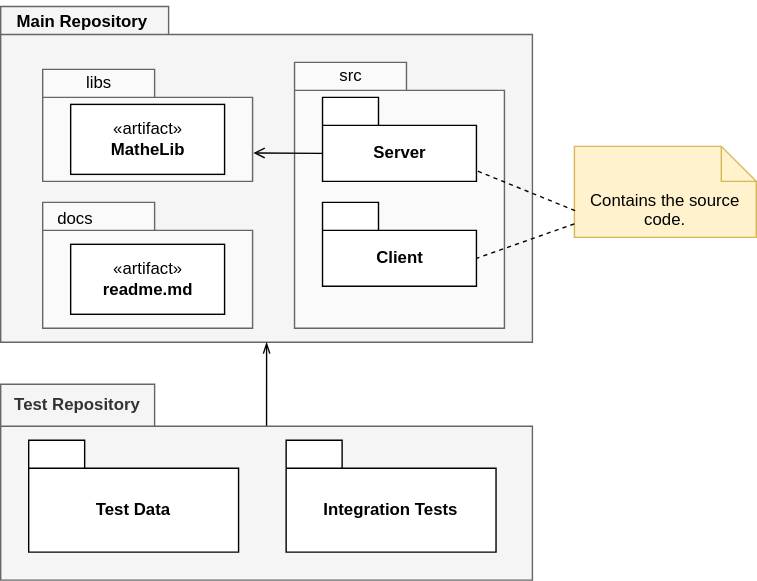
Before: images/Paketdiagramm-Beispiel.svg, a diagram exported from draw.io (HerrLoesch/UMLite). Source tidied: cells renumbered, new cells last; positions are measured from the earlier drawing's top-left corner, leaving out a move shared by most shapes. Its diagram source:
```xml
<mxGraphModel>
  <root>
    <mxCell id="0" />
    <mxCell id="1" parent="0" />
    <mxCell id="2" style="shape=folder;fontStyle=1;tabWidth=120;tabHeight=20;tabPosition=left;html=1;boundedLbl=1;fillColor=#f5f5f5;fontColor=#333333;strokeColor=#666666;" parent="1" vertex="1">
      <mxGeometry y="4" width="380" height="240" as="geometry" />
    </mxCell>
    <mxCell id="3" style="shape=folder;fontStyle=1;tabWidth=80;tabHeight=20;tabPosition=left;html=1;boundedLbl=1;fillColor=#FAFAFA;fontColor=#333333;strokeColor=#666666;" parent="1" vertex="1">
      <mxGeometry x="30" y="49" width="150" height="80" as="geometry" />
    </mxCell>
    <mxCell id="4" style="shape=folder;fontStyle=1;tabWidth=80;tabHeight=20;tabPosition=left;html=1;boundedLbl=1;fillColor=#FAFAFA;fontColor=#333333;strokeColor=#666666;" parent="1" vertex="1">
      <mxGeometry x="210" y="44" width="150" height="190" as="geometry" />
    </mxCell>
    <mxCell id="5" value="Main Repository" style="text;html=1;align=center;verticalAlign=middle;strokeColor=none;fillColor=none;fontStyle=1;" parent="1" vertex="1">
      <mxGeometry x="3" width="110" height="30" as="geometry" />
    </mxCell>
    <mxCell id="6" value="libs" style="text;html=1;align=center;verticalAlign=middle;strokeColor=none;fillColor=none;" parent="1" vertex="1">
      <mxGeometry x="50" y="44" width="40" height="30" as="geometry" />
    </mxCell>
    <mxCell id="7" value="src" style="text;html=1;align=center;verticalAlign=middle;strokeColor=none;fillColor=none;" parent="1" vertex="1">
      <mxGeometry x="230" y="39" width="40" height="30" as="geometry" />
    </mxCell>
    <mxCell id="8" value="«artifact»&lt;br&gt;&lt;b&gt;MatheLib&lt;/b&gt;" style="html=1;" parent="1" vertex="1">
      <mxGeometry x="50" y="74" width="110" height="50" as="geometry" />
    </mxCell>
    <mxCell id="9" style="shape=folder;fontStyle=1;tabWidth=80;tabHeight=20;tabPosition=left;html=1;boundedLbl=1;fillColor=#FAFAFA;fontColor=#333333;strokeColor=#666666;" parent="1" vertex="1">
      <mxGeometry x="30" y="144" width="150" height="90" as="geometry" />
    </mxCell>
    <mxCell id="10" value="docs" style="text;html=1;align=center;verticalAlign=middle;strokeColor=none;fillColor=none;" parent="1" vertex="1">
      <mxGeometry x="28" y="141" width="50" height="30" as="geometry" />
    </mxCell>
    <mxCell id="11" value="«artifact»&lt;br&gt;&lt;b&gt;readme.md&lt;/b&gt;" style="html=1;" parent="1" vertex="1">
      <mxGeometry x="50" y="174" width="110" height="50" as="geometry" />
    </mxCell>
    <mxCell id="12" value="Client" style="shape=folder;fontStyle=1;tabWidth=40;tabHeight=20;tabPosition=left;html=1;boundedLbl=1;" parent="1" vertex="1">
      <mxGeometry x="230" y="144" width="110" height="60" as="geometry" />
    </mxCell>
    <mxCell id="13" value="Server" style="shape=folder;fontStyle=1;tabWidth=40;tabHeight=20;tabPosition=left;html=1;boundedLbl=1;" parent="1" vertex="1">
      <mxGeometry x="230" y="69" width="110" height="60" as="geometry" />
    </mxCell>
    <mxCell id="14" style="edgeStyle=none;html=1;endArrow=open;endFill=0;exitX=0;exitY=0;exitDx=0;exitDy=40;exitPerimeter=0;entryX=1.004;entryY=0.746;entryDx=0;entryDy=0;entryPerimeter=0;" parent="1" edge="1" source="13" target="3">
      <mxGeometry relative="1" as="geometry" />
    </mxCell>
    <mxCell id="15" value="Contains the source code." style="shape=note2;boundedLbl=1;whiteSpace=wrap;html=1;size=25;verticalAlign=top;align=center;fillColor=#fff2cc;strokeColor=#d6b656;" parent="1" vertex="1">
      <mxGeometry x="410" y="104" width="130" height="65" as="geometry" />
    </mxCell>
    <mxCell id="16" style="rounded=0;jettySize=auto;html=1;entryX=0;entryY=0;entryDx=110;entryDy=40;entryPerimeter=0;dashed=1;endArrow=none;startFill=0;" parent="1" edge="1" source="15" target="12">
      <mxGeometry relative="1" as="geometry" />
    </mxCell>
    <mxCell id="17" style="rounded=0;jettySize=auto;html=1;dashed=1;endArrow=none;startFill=0;exitX=0.004;exitY=0.707;exitDx=0;exitDy=0;exitPerimeter=0;" parent="1" edge="1" source="15" target="13">
      <mxGeometry relative="1" as="geometry" />
    </mxCell>
    <mxCell id="18" style="edgeStyle=orthogonalEdgeStyle;rounded=0;jettySize=auto;html=1;exitX=0.5;exitY=0.214;exitDx=0;exitDy=0;exitPerimeter=0;endArrow=openThin;endFill=0;" parent="1" edge="1" source="19" target="2">
      <mxGeometry relative="1" as="geometry" />
    </mxCell>
    <mxCell id="19" value="Test Repository" style="shape=folder;fontStyle=1;tabWidth=110;tabHeight=30;tabPosition=left;html=1;boundedLbl=1;labelInHeader=1;whiteSpace=wrap;fillColor=#f5f5f5;fontColor=#333333;strokeColor=#666666;" parent="1" vertex="1">
      <mxGeometry y="274" width="380" height="140" as="geometry" />
    </mxCell>
    <mxCell id="20" style="html=1;strokeColor=none;fillColor=none;whiteSpace=wrap;" parent="19" vertex="1">
      <mxGeometry width="380" height="98" relative="1" as="geometry">
        <mxPoint y="30" as="offset" />
      </mxGeometry>
    </mxCell>
    <mxCell id="21" value="Test Data" style="shape=folder;fontStyle=1;tabWidth=40;tabHeight=20;tabPosition=left;html=1;boundedLbl=1;whiteSpace=wrap;" parent="19" vertex="1">
      <mxGeometry x="20" y="40" width="150" height="80" as="geometry" />
    </mxCell>
    <mxCell id="22" value="Integration Tests" style="shape=folder;fontStyle=1;tabWidth=40;tabHeight=20;tabPosition=left;html=1;boundedLbl=1;whiteSpace=wrap;" parent="19" vertex="1">
      <mxGeometry x="204" y="40" width="150" height="80" as="geometry" />
    </mxCell>
  </root>
</mxGraphModel>
```
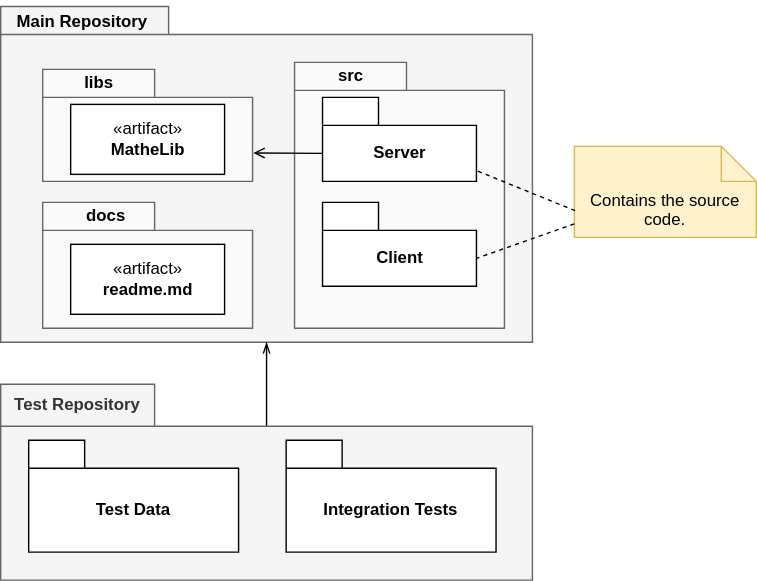
After the commit.

Commit message:
Beispiel für Paketdiagramm aktualisiert

What changed in the source:
```diff
@@ -14,10 +14,10 @@
     <mxCell id="5" value="Main Repository" style="text;html=1;align=center;verticalAlign=middle;strokeColor=none;fillColor=none;fontStyle=1;" parent="1" vertex="1">
       <mxGeometry x="3" width="110" height="30" as="geometry" />
     </mxCell>
-    <mxCell id="6" value="libs" style="text;html=1;align=center;verticalAlign=middle;strokeColor=none;fillColor=none;" parent="1" vertex="1">
+    <mxCell id="6" value="libs" style="text;html=1;align=center;verticalAlign=middle;strokeColor=none;fillColor=none;fontStyle=1;" parent="1" vertex="1">
       <mxGeometry x="50" y="44" width="40" height="30" as="geometry" />
     </mxCell>
-    <mxCell id="7" value="src" style="text;html=1;align=center;verticalAlign=middle;strokeColor=none;fillColor=none;" parent="1" vertex="1">
+    <mxCell id="7" value="src" style="text;html=1;align=center;verticalAlign=middle;strokeColor=none;fillColor=none;fontStyle=1;" parent="1" vertex="1">
       <mxGeometry x="230" y="39" width="40" height="30" as="geometry" />
     </mxCell>
     <mxCell id="8" value="«artifact»&lt;br&gt;&lt;b&gt;MatheLib&lt;/b&gt;" style="html=1;" parent="1" vertex="1">
@@ -26,8 +26,8 @@
     <mxCell id="9" style="shape=folder;fontStyle=1;tabWidth=80;tabHeight=20;tabPosition=left;html=1;boundedLbl=1;fillColor=#FAFAFA;fontColor=#333333;strokeColor=#666666;" parent="1" vertex="1">
       <mxGeometry x="30" y="144" width="150" height="90" as="geometry" />
     </mxCell>
-    <mxCell id="10" value="docs" style="text;html=1;align=center;verticalAlign=middle;strokeColor=none;fillColor=none;" parent="1" vertex="1">
-      <mxGeometry x="28" y="141" width="50" height="30" as="geometry" />
+    <mxCell id="10" value="docs" style="text;html=1;align=center;verticalAlign=middle;strokeColor=none;fillColor=none;fontStyle=1;" parent="1" vertex="1">
+      <mxGeometry x="50" y="139" width="50" height="30" as="geometry" />
     </mxCell>
     <mxCell id="11" value="«artifact»&lt;br&gt;&lt;b&gt;readme.md&lt;/b&gt;" style="html=1;" parent="1" vertex="1">
       <mxGeometry x="50" y="174" width="110" height="50" as="geometry" />
```
